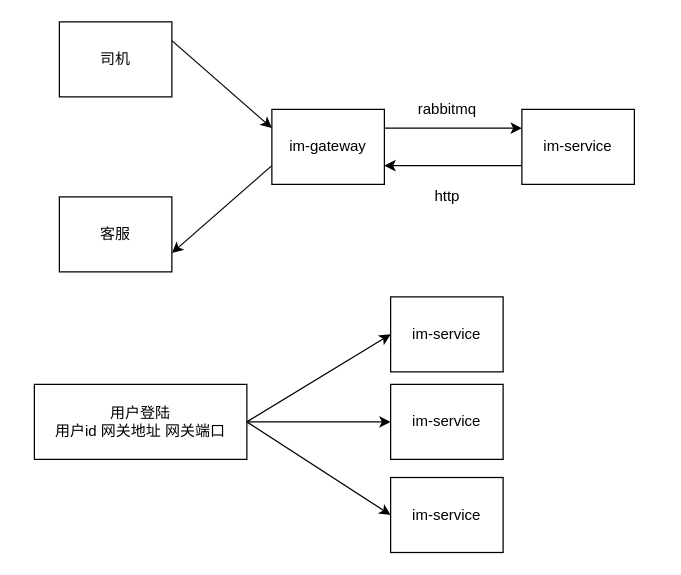
Above: page "整体的一个流程" (1 of 7) of im/消息处理的流转过程.drawio in erlieStar/diagrams (draw.io), before the change. Source tidied: cells renumbered, new cells numbered last; positions are measured from the earlier drawing's top-left corner, leaving out a move shared by most shapes. Both pictures are drawn from the tidied source at 125%, with x=0, y=0 at pixel (34, 21).
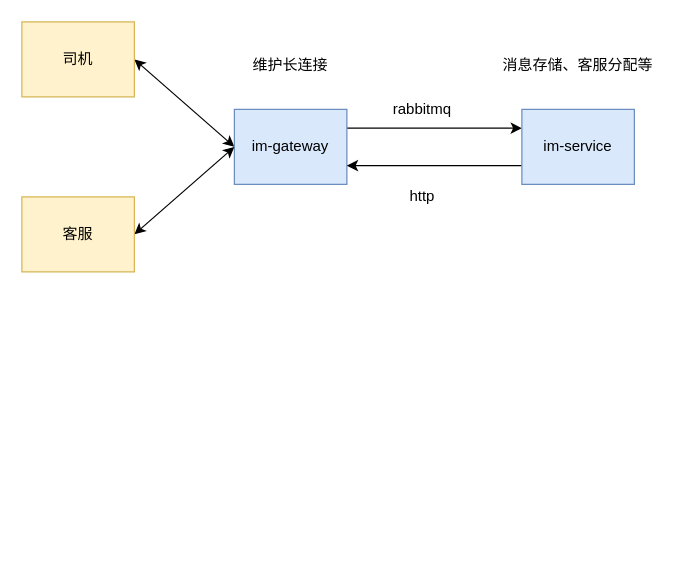
After the change.

Change to the diagram source:
```diff
@@
 <mxGraphModel>
   <root>
     <mxCell id="0" />
     <mxCell id="1" parent="0" />
-    <mxCell id="2" style="rounded=0;jettySize=auto;html=1;exitX=1;exitY=0.25;exitDx=0;exitDy=0;entryX=0;entryY=0.25;entryDx=0;entryDy=0;" parent="1" edge="1" source="3" target="6">
+    <mxCell id="2" style="rounded=0;jettySize=auto;html=1;exitX=1;exitY=0.5;exitDx=0;exitDy=0;entryX=0;entryY=0.5;entryDx=0;entryDy=0;startArrow=classic;startFill=1;" parent="1" edge="1" source="3" target="6">
       <mxGeometry relative="1" as="geometry" />
     </mxCell>
-    <mxCell id="3" value="司机" style="rounded=0;whiteSpace=wrap;html=1;" parent="1" vertex="1">
-      <mxGeometry x="20" width="90" height="60" as="geometry" />
+    <mxCell id="3" value="司机" style="rounded=0;whiteSpace=wrap;html=1;fillColor=#fff2cc;strokeColor=#d6b656;" parent="1" vertex="1">
+      <mxGeometry x="-10" width="90" height="60" as="geometry" />
     </mxCell>
     <mxCell id="4" style="edgeStyle=none;rounded=0;jettySize=auto;html=1;exitX=1;exitY=0.25;exitDx=0;exitDy=0;entryX=0;entryY=0.25;entryDx=0;entryDy=0;" parent="1" edge="1" source="6" target="8">
       <mxGeometry relative="1" as="geometry" />
     </mxCell>
-    <mxCell id="5" style="edgeStyle=none;rounded=0;jettySize=auto;html=1;exitX=0;exitY=0.75;exitDx=0;exitDy=0;entryX=1;entryY=0.75;entryDx=0;entryDy=0;" parent="1" edge="1" source="6" target="9">
-      <mxGeometry relative="1" as="geometry" />
-    </mxCell>
-    <mxCell id="6" value="im-gateway" style="rounded=0;whiteSpace=wrap;html=1;" parent="1" vertex="1">
-      <mxGeometry x="190" y="70" width="90" height="60" as="geometry" />
+    <mxCell id="6" value="im-gateway" style="rounded=0;whiteSpace=wrap;html=1;fillColor=#dae8fc;strokeColor=#6c8ebf;" parent="1" vertex="1">
+      <mxGeometry x="160" y="70" width="90" height="60" as="geometry" />
     </mxCell>
     <mxCell id="7" style="edgeStyle=none;rounded=0;jettySize=auto;html=1;exitX=0;exitY=0.75;exitDx=0;exitDy=0;entryX=1;entryY=0.75;entryDx=0;entryDy=0;" parent="1" edge="1" source="8" target="6">
       <mxGeometry relative="1" as="geometry" />
     </mxCell>
-    <mxCell id="8" value="im-service" style="rounded=0;whiteSpace=wrap;html=1;" parent="1" vertex="1">
+    <mxCell id="8" value="im-service" style="rounded=0;whiteSpace=wrap;html=1;fillColor=#dae8fc;strokeColor=#6c8ebf;" parent="1" vertex="1">
       <mxGeometry x="390" y="70" width="90" height="60" as="geometry" />
     </mxCell>
+    <mxCell id="19" style="edgeStyle=none;rounded=0;jettySize=auto;html=1;exitX=1;exitY=0.5;exitDx=0;exitDy=0;entryX=0;entryY=0.5;entryDx=0;entryDy=0;startArrow=classic;startFill=1;" parent="1" edge="1" source="9" target="6">
+      <mxGeometry relative="1" as="geometry" />
+    </mxCell>
-    <mxCell id="9" value="客服" style="rounded=0;whiteSpace=wrap;html=1;" parent="1" vertex="1">
-      <mxGeometry x="20" y="140" width="90" height="60" as="geometry" />
+    <mxCell id="9" value="客服" style="rounded=0;whiteSpace=wrap;html=1;fillColor=#fff2cc;strokeColor=#d6b656;" parent="1" vertex="1">
+      <mxGeometry x="-10" y="140" width="90" height="60" as="geometry" />
     </mxCell>
     <mxCell id="10" value="rabbitmq" style="text;html=1;align=center;verticalAlign=middle;strokeColor=none;fillColor=none;" parent="1" vertex="1">
-      <mxGeometry x="300" y="60" width="60" height="20" as="geometry" />
+      <mxGeometry x="280" y="60" width="60" height="20" as="geometry" />
     </mxCell>
     <mxCell id="11" value="http" style="text;html=1;align=center;verticalAlign=middle;strokeColor=none;fillColor=none;" parent="1" vertex="1">
-      <mxGeometry x="310" y="130" width="40" height="20" as="geometry" />
+      <mxGeometry x="290" y="130" width="40" height="20" as="geometry" />
     </mxCell>
-    <mxCell id="12" style="edgeStyle=none;rounded=0;jettySize=auto;html=1;exitX=1;exitY=0.5;exitDx=0;exitDy=0;entryX=0;entryY=0.5;entryDx=0;entryDy=0;" parent="1" edge="1" source="15" target="16">
-      <mxGeometry relative="1" as="geometry" />
-    </mxCell>
-    <mxCell id="13" style="edgeStyle=none;rounded=0;jettySize=auto;html=1;exitX=1;exitY=0.5;exitDx=0;exitDy=0;entryX=0;entryY=0.5;entryDx=0;entryDy=0;" parent="1" edge="1" source="15" target="17">
-      <mxGeometry relative="1" as="geometry" />
-    </mxCell>
-    <mxCell id="14" style="edgeStyle=none;rounded=0;jettySize=auto;html=1;exitX=1;exitY=0.5;exitDx=0;exitDy=0;entryX=0;entryY=0.5;entryDx=0;entryDy=0;" parent="1" edge="1" source="15" target="18">
-      <mxGeometry relative="1" as="geometry" />
-    </mxCell>
-    <mxCell id="15" value="用户登陆&lt;br&gt;用户id 网关地址 网关端口" style="rounded=0;whiteSpace=wrap;html=1;" parent="1" vertex="1">
-      <mxGeometry y="290" width="170" height="60" as="geometry" />
-    </mxCell>
-    <mxCell id="16" value="im-service" style="rounded=0;whiteSpace=wrap;html=1;" parent="1" vertex="1">
-      <mxGeometry x="285" y="220" width="90" height="60" as="geometry" />
-    </mxCell>
-    <mxCell id="17" value="im-service" style="rounded=0;whiteSpace=wrap;html=1;" parent="1" vertex="1">
-      <mxGeometry x="285" y="290" width="90" height="60" as="geometry" />
-    </mxCell>
-    <mxCell id="18" value="im-service" style="rounded=0;whiteSpace=wrap;html=1;" parent="1" vertex="1">
-      <mxGeometry x="285" y="364.5" width="90" height="60" as="geometry" />
-    </mxCell>
+    <mxCell id="20" value="维护长连接" style="text;html=1;strokeColor=none;fillColor=none;align=center;verticalAlign=middle;whiteSpace=wrap;rounded=0;" parent="1" vertex="1">
+      <mxGeometry x="160" y="20" width="90" height="30" as="geometry" />
+    </mxCell>
+    <mxCell id="21" value="消息存储、客服分配等" style="text;html=1;strokeColor=none;fillColor=none;align=center;verticalAlign=middle;whiteSpace=wrap;rounded=0;" parent="1" vertex="1">
+      <mxGeometry x="370" y="20" width="130" height="30" as="geometry" />
+    </mxCell>
   </root>
 </mxGraphModel>
```
